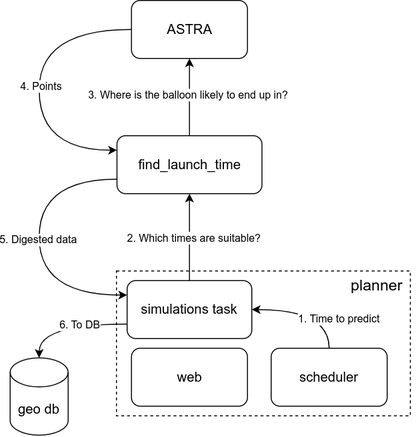
This is images/app_high_level_structure_scheduled_task.png from jparta/balloon-flights-planner, a draw.io export, as it was before one commit. Source tidied: cells renumbered, new cells last; positions are measured from the earlier drawing's top-left corner, leaving out a move shared by most shapes.
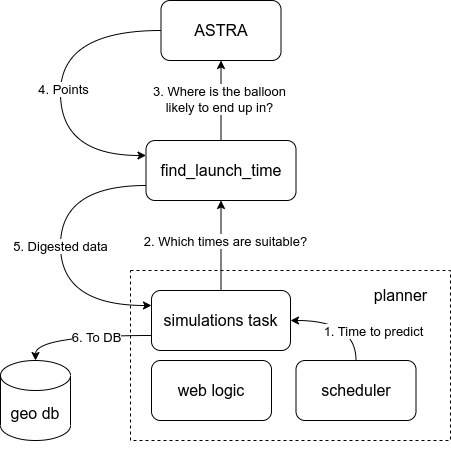
Later version of the same file.

The edit, as a diff of the source:
```diff
@@ -3,21 +3,21 @@
     <mxCell id="0" />
     <mxCell id="1" parent="0" />
     <mxCell id="2" style="group;" parent="1" vertex="1">
-      <mxGeometry width="419" height="450" as="geometry" />
+      <mxGeometry width="420" height="450" as="geometry" />
     </mxCell>
     <mxCell id="3" style="rounded=0;whiteSpace=wrap;html=1;fillColor=none;strokeColor=default;dashed=1;" parent="2" vertex="1">
-      <mxGeometry x="110" y="280" width="304" height="150" as="geometry" />
+      <mxGeometry x="100" y="270" width="320" height="170" as="geometry" />
     </mxCell>
-    <mxCell id="4" value="&lt;font style=&quot;font-size: 14px;&quot;&gt;ASTRA&lt;/font&gt;" style="rounded=1;whiteSpace=wrap;html=1;" parent="2" vertex="1">
-      <mxGeometry x="125.5" width="120" height="60" as="geometry" />
+    <mxCell id="4" value="&lt;font style=&quot;font-size: 16px;&quot;&gt;ASTRA&lt;/font&gt;" style="rounded=1;whiteSpace=wrap;html=1;" parent="2" vertex="1">
+      <mxGeometry x="130.5" width="120" height="60" as="geometry" />
     </mxCell>
-    <mxCell id="5" value="&lt;span style=&quot;font-size: 14px;&quot;&gt;simulations task&lt;/span&gt;" style="rounded=1;whiteSpace=wrap;html=1;" parent="2" vertex="1">
-      <mxGeometry x="121" y="290" width="129" height="60" as="geometry" />
+    <mxCell id="5" value="&lt;font style=&quot;font-size: 16px;&quot;&gt;simulations task&lt;/font&gt;" style="rounded=1;whiteSpace=wrap;html=1;" parent="2" vertex="1">
+      <mxGeometry x="121" y="290" width="139" height="60" as="geometry" />
     </mxCell>
     <mxCell id="6" style="edgeStyle=orthogonalEdgeStyle;rounded=0;jettySize=auto;html=1;exitX=0.5;exitY=0;exitDx=0;exitDy=0;entryX=0.5;entryY=1;entryDx=0;entryDy=0;" parent="2" edge="1" source="10" target="4">
       <mxGeometry relative="1" as="geometry" />
     </mxCell>
-    <mxCell id="7" value="3. Where is the balloon likely to end up in?" style="edgeLabel;html=1;align=center;verticalAlign=middle;" parent="6" vertex="1">
+    <mxCell id="7" value="&lt;font style=&quot;font-size: 13px;&quot;&gt;3. Where is the balloon&lt;br&gt;likely to end up in?&lt;/font&gt;" style="edgeLabel;html=1;align=center;verticalAlign=middle;" parent="6" vertex="1">
       <mxGeometry x="0.05" y="2" relative="1" as="geometry" />
     </mxCell>
     <mxCell id="8" style="edgeStyle=orthogonalEdgeStyle;rounded=0;jettySize=auto;html=1;exitX=0;exitY=0.75;exitDx=0;exitDy=0;entryX=0;entryY=0.25;entryDx=0;entryDy=0;curved=1;" parent="2" edge="1" source="10" target="5">
@@ -28,11 +28,11 @@
         </Array>
       </mxGeometry>
     </mxCell>
-    <mxCell id="9" value="5. Digested data" style="edgeLabel;html=1;align=center;verticalAlign=middle;" parent="8" vertex="1">
+    <mxCell id="9" value="&lt;font style=&quot;font-size: 13px;&quot;&gt;5. Digested data&lt;/font&gt;" style="edgeLabel;html=1;align=center;verticalAlign=middle;" parent="8" vertex="1">
       <mxGeometry x="-0.02" y="-1" relative="1" as="geometry" />
     </mxCell>
-    <mxCell id="10" value="&lt;font style=&quot;font-size: 14px;&quot;&gt;find_launch_time&lt;/font&gt;" style="rounded=1;whiteSpace=wrap;html=1;" parent="2" vertex="1">
-      <mxGeometry x="110.5" y="140" width="150" height="60" as="geometry" />
+    <mxCell id="10" value="&lt;font style=&quot;font-size: 16px;&quot;&gt;find_launch_time&lt;/font&gt;" style="rounded=1;whiteSpace=wrap;html=1;" parent="2" vertex="1">
+      <mxGeometry x="115.5" y="140" width="150" height="60" as="geometry" />
     </mxCell>
     <mxCell id="11" style="edgeStyle=orthogonalEdgeStyle;rounded=0;jettySize=auto;html=1;exitX=0;exitY=0.5;exitDx=0;exitDy=0;entryX=0;entryY=0.25;entryDx=0;entryDy=0;curved=1;" parent="2" edge="1" source="4" target="10">
       <mxGeometry relative="1" as="geometry">
@@ -42,40 +42,42 @@
         </Array>
       </mxGeometry>
     </mxCell>
-    <mxCell id="12" value="4. Points" style="edgeLabel;html=1;align=center;verticalAlign=middle;" parent="11" vertex="1">
+    <mxCell id="12" value="&lt;font style=&quot;font-size: 13px;&quot;&gt;4. Points&lt;/font&gt;" style="edgeLabel;html=1;align=center;verticalAlign=middle;" parent="11" vertex="1">
       <mxGeometry x="0.02" y="2" relative="1" as="geometry" />
     </mxCell>
     <mxCell id="13" style="edgeStyle=orthogonalEdgeStyle;rounded=0;jettySize=auto;html=1;exitX=0.5;exitY=0;exitDx=0;exitDy=0;" parent="2" edge="1" source="5" target="10">
       <mxGeometry relative="1" as="geometry" />
     </mxCell>
-    <mxCell id="14" value="2. Which times are suitable?" style="edgeLabel;html=1;align=center;verticalAlign=middle;" parent="13" vertex="1">
-      <mxGeometry y="-4" relative="1" as="geometry" />
+    <mxCell id="14" value="&lt;font style=&quot;font-size: 13px;&quot;&gt;2. Which times are suitable?&lt;/font&gt;" style="edgeLabel;html=1;align=center;verticalAlign=middle;" parent="13" vertex="1">
+      <mxGeometry y="-4" relative="1" as="geometry">
+        <mxPoint y="-5" as="offset" />
+      </mxGeometry>
     </mxCell>
     <mxCell id="15" style="edgeStyle=orthogonalEdgeStyle;rounded=0;jettySize=auto;html=1;exitX=0.5;exitY=0;exitDx=0;exitDy=0;entryX=1;entryY=0.5;entryDx=0;entryDy=0;curved=1;" parent="2" edge="1" source="17" target="5">
       <mxGeometry relative="1" as="geometry" />
     </mxCell>
-    <mxCell id="16" value="1. Time to predict" style="edgeLabel;html=1;align=center;verticalAlign=middle;" parent="15" vertex="1">
+    <mxCell id="16" value="&lt;font style=&quot;font-size: 13px;&quot;&gt;1. Time to predict&lt;/font&gt;" style="edgeLabel;html=1;align=center;verticalAlign=middle;" parent="15" vertex="1">
       <mxGeometry x="0.11" y="1" relative="1" as="geometry">
         <mxPoint x="36" y="9" as="offset" />
       </mxGeometry>
     </mxCell>
-    <mxCell id="17" value="&lt;font style=&quot;font-size: 14px;&quot;&gt;scheduler&lt;/font&gt;" style="rounded=1;whiteSpace=wrap;html=1;" parent="2" vertex="1">
-      <mxGeometry x="270" y="360" width="120" height="60" as="geometry" />
+    <mxCell id="17" value="&lt;font style=&quot;font-size: 16px;&quot;&gt;scheduler&lt;/font&gt;" style="rounded=1;whiteSpace=wrap;html=1;" parent="2" vertex="1">
+      <mxGeometry x="265.5" y="360" width="120" height="60" as="geometry" />
     </mxCell>
-    <mxCell id="18" value="&lt;font style=&quot;font-size: 14px;&quot;&gt;web&lt;/font&gt;" style="rounded=1;whiteSpace=wrap;html=1;" parent="2" vertex="1">
-      <mxGeometry x="125.5" y="360" width="120" height="60" as="geometry" />
+    <mxCell id="18" value="&lt;font style=&quot;font-size: 16px;&quot;&gt;web logic&lt;/font&gt;" style="rounded=1;whiteSpace=wrap;html=1;" parent="2" vertex="1">
+      <mxGeometry x="121" y="360" width="120" height="60" as="geometry" />
     </mxCell>
-    <mxCell id="19" value="&lt;font style=&quot;font-size: 14px;&quot;&gt;geo db&lt;/font&gt;" style="shape=cylinder3;whiteSpace=wrap;html=1;boundedLbl=1;backgroundOutline=1;size=15;" parent="2" vertex="1">
-      <mxGeometry y="370" width="60" height="80" as="geometry" />
+    <mxCell id="19" value="&lt;font style=&quot;font-size: 16px;&quot;&gt;geo db&lt;/font&gt;" style="shape=cylinder3;whiteSpace=wrap;html=1;boundedLbl=1;backgroundOutline=1;size=15;" parent="2" vertex="1">
+      <mxGeometry x="-30" y="360" width="70" height="80" as="geometry" />
     </mxCell>
     <mxCell id="20" style="edgeStyle=orthogonalEdgeStyle;rounded=0;jettySize=auto;html=1;exitX=0;exitY=0.75;exitDx=0;exitDy=0;entryX=0.5;entryY=0;entryDx=0;entryDy=0;entryPerimeter=0;curved=1;" parent="2" edge="1" source="5" target="19">
       <mxGeometry relative="1" as="geometry" />
     </mxCell>
-    <mxCell id="21" value="6. To DB" style="edgeLabel;html=1;align=center;verticalAlign=middle;" parent="20" vertex="1">
+    <mxCell id="21" value="&lt;font style=&quot;font-size: 13px;&quot;&gt;6. To DB&lt;/font&gt;" style="edgeLabel;html=1;align=center;verticalAlign=middle;" parent="20" vertex="1">
       <mxGeometry x="-0.21" y="1" relative="1" as="geometry" />
     </mxCell>
     <mxCell id="22" value="&lt;font style=&quot;font-size: 16px;&quot;&gt;planner&lt;/font&gt;" style="text;html=1;align=center;verticalAlign=middle;strokeColor=none;fillColor=none;fontSize=15;" parent="2" vertex="1">
-      <mxGeometry x="339" y="280" width="80" height="30" as="geometry" />
+      <mxGeometry x="330" y="280" width="80" height="30" as="geometry" />
     </mxCell>
   </root>
 </mxGraphModel>
```
